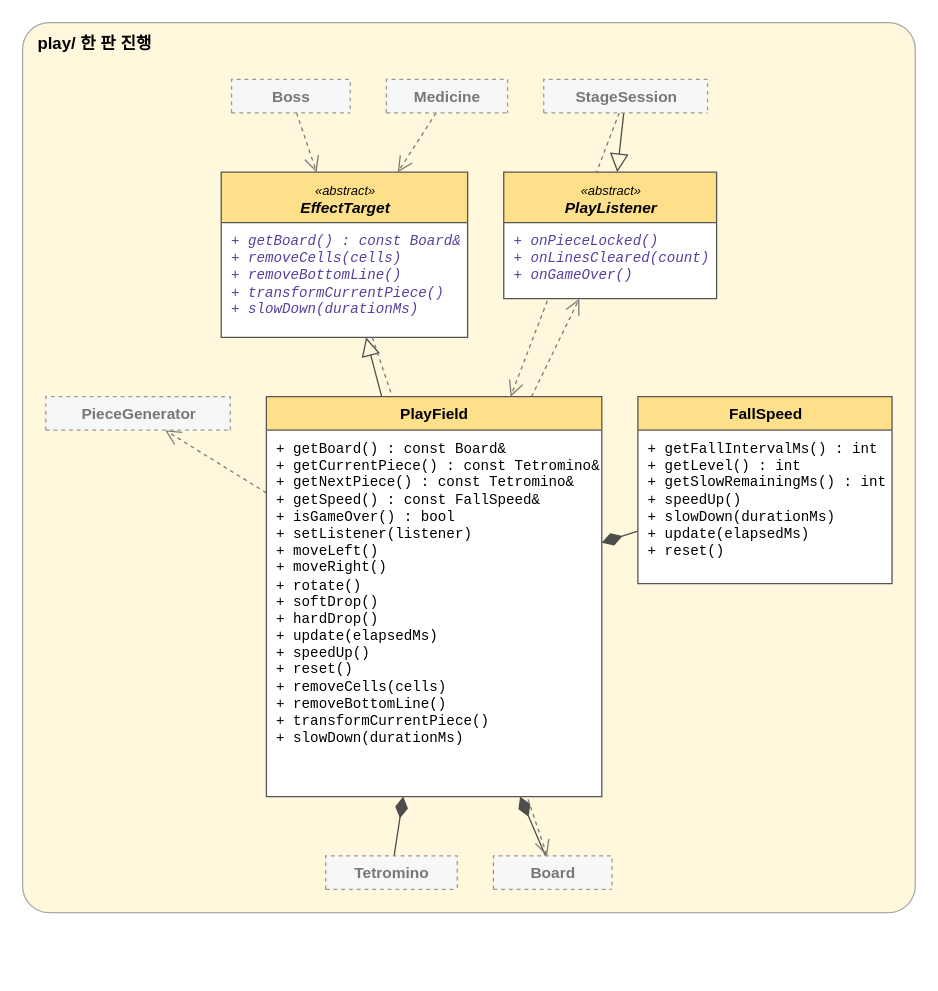
Above: page "play" (5 of 10) of docs/oop-tetris-class-diagram.drawio in taeg2/ku-oop2-tetris (draw.io), before the change. Source tidied: cells renumbered, new cells numbered last; positions are measured from the earlier drawing's top-left corner, leaving out a move shared by most shapes. Both pictures are drawn from the tidied source at 129%, with x=0, y=0 at pixel (22, 22).
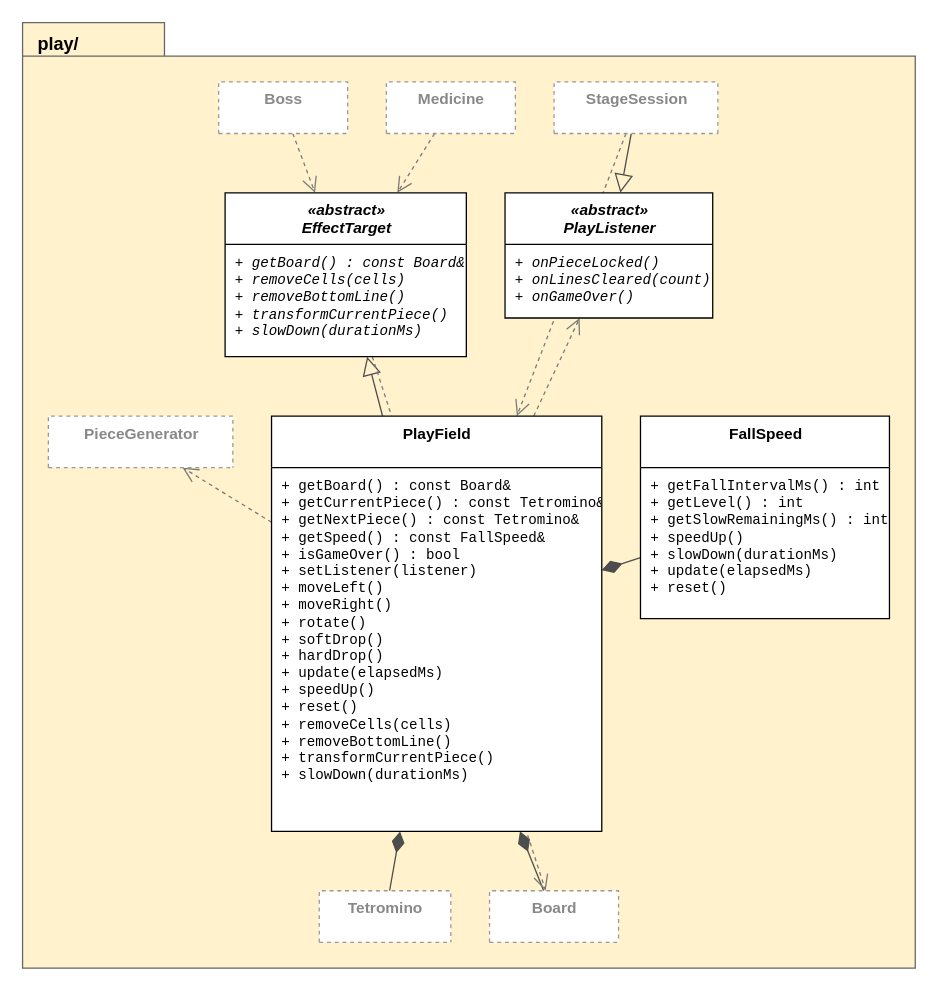
The same diagram, later.

Diff of the diagram source:
```diff
@@
-    <mxCell id="2" value="play/  한 판 진행" style="rounded=1;arcSize=3;whiteSpace=wrap;html=1;fillColor=#fff8dc;strokeColor=#a8a8a8;align=left;verticalAlign=top;spacingLeft=10;spacingTop=2;fontStyle=1;fontSize=13;" parent="1" vertex="1">
-      <mxGeometry width="692" height="690" as="geometry" />
+    <mxCell id="2" value="play/" style="shape=folder;fontStyle=1;tabWidth=110;tabHeight=26;tabPosition=left;html=1;verticalAlign=top;align=left;spacingLeft=10;spacingTop=2;fontSize=14;fillColor=#fff2cc;strokeColor=#666666;" parent="1" vertex="1">
+      <mxGeometry width="692" height="733" as="geometry" />
     </mxCell>
@@
-    <mxCell id="14" value="Boss" style="swimlane;fontStyle=1;align=center;verticalAlign=top;horizontal=1;startSize=26;html=1;fillColor=#f7f7f7;swimlaneFillColor=#ffffff;dashed=1;fontColor=#777777;strokeColor=#9a9a9a;" parent="1" vertex="1">
-      <mxGeometry x="162" y="44" width="92" height="26" as="geometry" />
+    <mxCell id="14" value="Boss" style="swimlane;fontStyle=1;align=center;verticalAlign=top;horizontal=1;startSize=40;html=1;fillColor=#ffffff;swimlaneFillColor=#ffffff;dashed=1;fontColor=#888888;strokeColor=#999999;" parent="1" vertex="1">
+      <mxGeometry x="152" y="46" width="100" height="40" as="geometry" />
     </mxCell>
-    <mxCell id="15" value="Medicine" style="swimlane;fontStyle=1;align=center;verticalAlign=top;horizontal=1;startSize=26;html=1;fillColor=#f7f7f7;swimlaneFillColor=#ffffff;dashed=1;fontColor=#777777;strokeColor=#9a9a9a;" parent="1" vertex="1">
-      <mxGeometry x="282" y="44" width="94" height="26" as="geometry" />
+    <mxCell id="15" value="Medicine" style="swimlane;fontStyle=1;align=center;verticalAlign=top;horizontal=1;startSize=40;html=1;fillColor=#ffffff;swimlaneFillColor=#ffffff;dashed=1;fontColor=#888888;strokeColor=#999999;" parent="1" vertex="1">
+      <mxGeometry x="282" y="46" width="100" height="40" as="geometry" />
     </mxCell>
-    <mxCell id="16" value="StageSession" style="swimlane;fontStyle=1;align=center;verticalAlign=top;horizontal=1;startSize=26;html=1;fillColor=#f7f7f7;swimlaneFillColor=#ffffff;dashed=1;fontColor=#777777;strokeColor=#9a9a9a;" parent="1" vertex="1">
-      <mxGeometry x="404" y="44" width="127" height="26" as="geometry" />
+    <mxCell id="16" value="StageSession" style="swimlane;fontStyle=1;align=center;verticalAlign=top;horizontal=1;startSize=40;html=1;fillColor=#ffffff;swimlaneFillColor=#ffffff;dashed=1;fontColor=#888888;strokeColor=#999999;" parent="1" vertex="1">
+      <mxGeometry x="412" y="46" width="127" height="40" as="geometry" />
     </mxCell>
-    <mxCell id="17" value="&lt;i style=&quot;font-weight:normal;font-size:10px&quot;&gt;«abstract»&lt;/i&gt;&lt;br&gt;&lt;i&gt;EffectTarget&lt;/i&gt;" style="swimlane;fontStyle=1;align=center;verticalAlign=top;horizontal=1;startSize=39;html=1;fillColor=#ffe08a;swimlaneFillColor=#ffffff;strokeColor=#555555;" parent="1" vertex="1">
-      <mxGeometry x="154" y="116" width="191" height="128" as="geometry" />
+    <mxCell id="17" value="«abstract»&lt;br&gt;EffectTarget" style="swimlane;fontStyle=3;align=center;verticalAlign=top;horizontal=1;startSize=40;html=1;fillColor=#ffffff;swimlaneFillColor=#ffffff;" parent="1" vertex="1">
+      <mxGeometry x="157" y="132" width="187" height="127" as="geometry" />
     </mxCell>
-    <mxCell id="18" value="&lt;i style=&quot;color:#5a3e9b&quot;&gt;+ getBoard() : const Board&amp;amp;&lt;/i&gt;&lt;br&gt;&lt;i style=&quot;color:#5a3e9b&quot;&gt;+ removeCells(cells)&lt;/i&gt;&lt;br&gt;&lt;i style=&quot;color:#5a3e9b&quot;&gt;+ removeBottomLine()&lt;/i&gt;&lt;br&gt;&lt;i style=&quot;color:#5a3e9b&quot;&gt;+ transformCurrentPiece()&lt;/i&gt;&lt;br&gt;&lt;i style=&quot;color:#5a3e9b&quot;&gt;+ slowDown(durationMs)&lt;/i&gt;" style="text;strokeColor=none;fillColor=none;align=left;verticalAlign=top;spacingLeft=6;spacingTop=2;overflow=hidden;html=1;fontFamily=Consolas;fontSize=11;" parent="17" vertex="1">
-      <mxGeometry y="39" width="191" height="89" as="geometry" />
+    <mxCell id="18" value="&lt;i&gt;+ getBoard() : const Board&amp;amp;&lt;/i&gt;&lt;br&gt;&lt;i&gt;+ removeCells(cells)&lt;/i&gt;&lt;br&gt;&lt;i&gt;+ removeBottomLine()&lt;/i&gt;&lt;br&gt;&lt;i&gt;+ transformCurrentPiece()&lt;/i&gt;&lt;br&gt;&lt;i&gt;+ slowDown(durationMs)&lt;/i&gt;" style="text;strokeColor=none;fillColor=none;align=left;verticalAlign=top;spacingLeft=6;spacingTop=2;overflow=hidden;html=1;fontFamily=Consolas;fontSize=11;" parent="17" vertex="1">
+      <mxGeometry y="40" width="187" height="87" as="geometry" />
     </mxCell>
-    <mxCell id="19" value="&lt;i style=&quot;font-weight:normal;font-size:10px&quot;&gt;«abstract»&lt;/i&gt;&lt;br&gt;&lt;i&gt;PlayListener&lt;/i&gt;" style="swimlane;fontStyle=1;align=center;verticalAlign=top;horizontal=1;startSize=39;html=1;fillColor=#ffe08a;swimlaneFillColor=#ffffff;strokeColor=#555555;" parent="1" vertex="1">
-      <mxGeometry x="373" y="116" width="165" height="98" as="geometry" />
+    <mxCell id="19" value="«abstract»&lt;br&gt;PlayListener" style="swimlane;fontStyle=3;align=center;verticalAlign=top;horizontal=1;startSize=40;html=1;fillColor=#ffffff;swimlaneFillColor=#ffffff;" parent="1" vertex="1">
+      <mxGeometry x="374" y="132" width="161" height="97" as="geometry" />
     </mxCell>
-    <mxCell id="20" value="&lt;i style=&quot;color:#5a3e9b&quot;&gt;+ onPieceLocked()&lt;/i&gt;&lt;br&gt;&lt;i style=&quot;color:#5a3e9b&quot;&gt;+ onLinesCleared(count)&lt;/i&gt;&lt;br&gt;&lt;i style=&quot;color:#5a3e9b&quot;&gt;+ onGameOver()&lt;/i&gt;" style="text;strokeColor=none;fillColor=none;align=left;verticalAlign=top;spacingLeft=6;spacingTop=2;overflow=hidden;html=1;fontFamily=Consolas;fontSize=11;" parent="19" vertex="1">
-      <mxGeometry y="39" width="165" height="59" as="geometry" />
+    <mxCell id="20" value="&lt;i&gt;+ onPieceLocked()&lt;/i&gt;&lt;br&gt;&lt;i&gt;+ onLinesCleared(count)&lt;/i&gt;&lt;br&gt;&lt;i&gt;+ onGameOver()&lt;/i&gt;" style="text;strokeColor=none;fillColor=none;align=left;verticalAlign=top;spacingLeft=6;spacingTop=2;overflow=hidden;html=1;fontFamily=Consolas;fontSize=11;" parent="19" vertex="1">
+      <mxGeometry y="40" width="161" height="57" as="geometry" />
     </mxCell>
-    <mxCell id="21" value="PieceGenerator" style="swimlane;fontStyle=1;align=center;verticalAlign=top;horizontal=1;startSize=26;html=1;fillColor=#f7f7f7;swimlaneFillColor=#ffffff;dashed=1;fontColor=#777777;strokeColor=#9a9a9a;" parent="1" vertex="1">
-      <mxGeometry x="18" y="290" width="143" height="26" as="geometry" />
+    <mxCell id="21" value="PieceGenerator" style="swimlane;fontStyle=1;align=center;verticalAlign=top;horizontal=1;startSize=40;html=1;fillColor=#ffffff;swimlaneFillColor=#ffffff;dashed=1;fontColor=#888888;strokeColor=#999999;" parent="1" vertex="1">
+      <mxGeometry x="20" y="305" width="143" height="40" as="geometry" />
     </mxCell>
-    <mxCell id="22" value="PlayField" style="swimlane;fontStyle=1;align=center;verticalAlign=top;horizontal=1;startSize=26;html=1;fillColor=#ffe08a;swimlaneFillColor=#ffffff;strokeColor=#555555;" parent="1" vertex="1">
-      <mxGeometry x="189" y="290" width="260" height="310" as="geometry" />
+    <mxCell id="22" value="PlayField" style="swimlane;fontStyle=1;align=center;verticalAlign=top;horizontal=1;startSize=40;html=1;fillColor=#ffffff;swimlaneFillColor=#ffffff;" parent="1" vertex="1">
+      <mxGeometry x="193" y="305" width="256" height="322" as="geometry" />
     </mxCell>
     <mxCell id="23" value="+ getBoard() : const Board&amp;amp;&lt;br&gt;+ getCurrentPiece() : const Tetromino&amp;amp;&lt;br&gt;+ getNextPiece() : const Tetromino&amp;amp;&lt;br&gt;+ getSpeed() : const FallSpeed&amp;amp;&lt;br&gt;+ isGameOver() : bool&lt;br&gt;+ setListener(listener)&lt;br&gt;+ moveLeft()&lt;br&gt;+ moveRight()&lt;br&gt;+ rotate()&lt;br&gt;+ softDrop()&lt;br&gt;+ hardDrop()&lt;br&gt;+ update(elapsedMs)&lt;br&gt;+ speedUp()&lt;br&gt;+ reset()&lt;br&gt;+ removeCells(cells)&lt;br&gt;+ removeBottomLine()&lt;br&gt;+ transformCurrentPiece()&lt;br&gt;+ slowDown(durationMs)" style="text;strokeColor=none;fillColor=none;align=left;verticalAlign=top;spacingLeft=6;spacingTop=2;overflow=hidden;html=1;fontFamily=Consolas;fontSize=11;" parent="22" vertex="1">
-      <mxGeometry y="26" width="260" height="284" as="geometry" />
+      <mxGeometry y="40" width="256" height="282" as="geometry" />
     </mxCell>
-    <mxCell id="24" value="FallSpeed" style="swimlane;fontStyle=1;align=center;verticalAlign=top;horizontal=1;startSize=26;html=1;fillColor=#ffe08a;swimlaneFillColor=#ffffff;strokeColor=#555555;" parent="1" vertex="1">
-      <mxGeometry x="477" y="290" width="197" height="145" as="geometry" />
+    <mxCell id="24" value="FallSpeed" style="swimlane;fontStyle=1;align=center;verticalAlign=top;horizontal=1;startSize=40;html=1;fillColor=#ffffff;swimlaneFillColor=#ffffff;" parent="1" vertex="1">
+      <mxGeometry x="479" y="305" width="193" height="157" as="geometry" />
     </mxCell>
     <mxCell id="25" value="+ getFallIntervalMs() : int&lt;br&gt;+ getLevel() : int&lt;br&gt;+ getSlowRemainingMs() : int&lt;br&gt;+ speedUp()&lt;br&gt;+ slowDown(durationMs)&lt;br&gt;+ update(elapsedMs)&lt;br&gt;+ reset()" style="text;strokeColor=none;fillColor=none;align=left;verticalAlign=top;spacingLeft=6;spacingTop=2;overflow=hidden;html=1;fontFamily=Consolas;fontSize=11;" parent="24" vertex="1">
-      <mxGeometry y="26" width="197" height="119" as="geometry" />
+      <mxGeometry y="40" width="193" height="117" as="geometry" />
     </mxCell>
-    <mxCell id="26" value="Tetromino" style="swimlane;fontStyle=1;align=center;verticalAlign=top;horizontal=1;startSize=26;html=1;fillColor=#f7f7f7;swimlaneFillColor=#ffffff;dashed=1;fontColor=#777777;strokeColor=#9a9a9a;" parent="1" vertex="1">
-      <mxGeometry x="235" y="646" width="102" height="26" as="geometry" />
+    <mxCell id="26" value="Tetromino" style="swimlane;fontStyle=1;align=center;verticalAlign=top;horizontal=1;startSize=40;html=1;fillColor=#ffffff;swimlaneFillColor=#ffffff;dashed=1;fontColor=#888888;strokeColor=#999999;" parent="1" vertex="1">
+      <mxGeometry x="230" y="673" width="102" height="40" as="geometry" />
     </mxCell>
-    <mxCell id="27" value="Board" style="swimlane;fontStyle=1;align=center;verticalAlign=top;horizontal=1;startSize=26;html=1;fillColor=#f7f7f7;swimlaneFillColor=#ffffff;dashed=1;fontColor=#777777;strokeColor=#9a9a9a;" parent="1" vertex="1">
-      <mxGeometry x="365" y="646" width="92" height="26" as="geometry" />
+    <mxCell id="27" value="Board" style="swimlane;fontStyle=1;align=center;verticalAlign=top;horizontal=1;startSize=40;html=1;fillColor=#ffffff;swimlaneFillColor=#ffffff;dashed=1;fontColor=#888888;strokeColor=#999999;" parent="1" vertex="1">
+      <mxGeometry x="362" y="673" width="100" height="40" as="geometry" />
     </mxCell>
```
